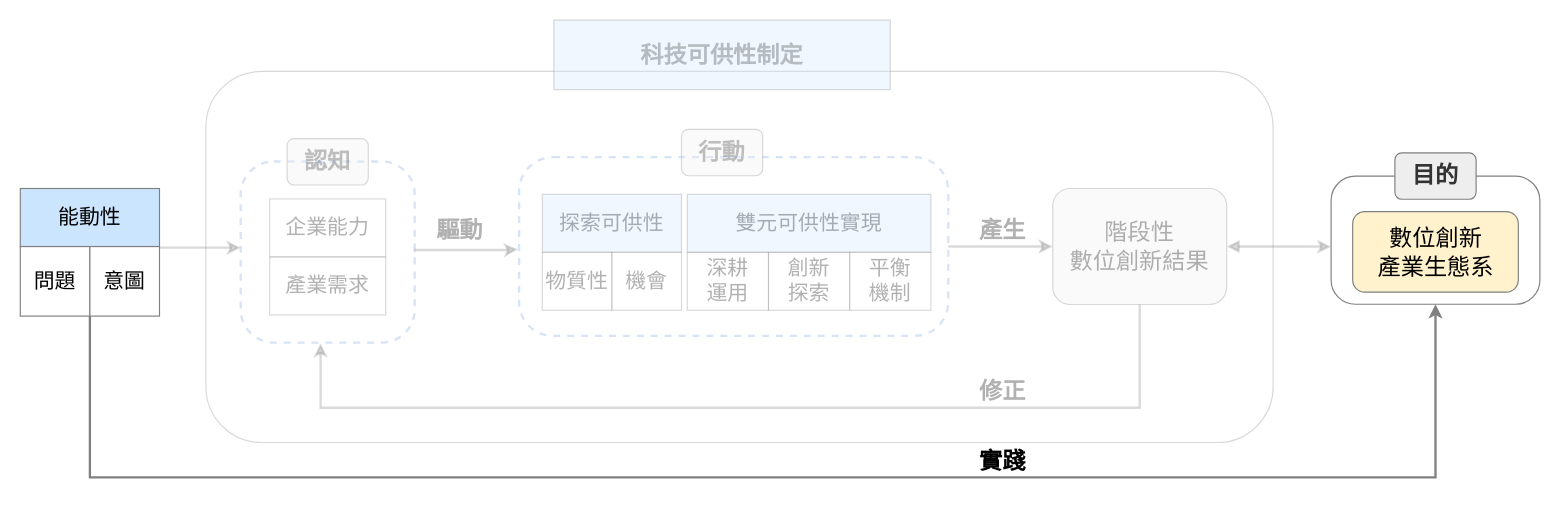
The draw.io diagram 論文ver1/圖片/簡報研究架構圖片/frontier enactment theroy_v10能動性.drawio in carina419/NTUST, before the edit. Source tidied: cells renumbered, new cells numbered last; positions are measured from the earlier drawing's top-left corner, leaving out a move shared by most shapes. Both pictures are drawn from the tidied source at 116%, with x=0, y=0 at pixel (20, 20).
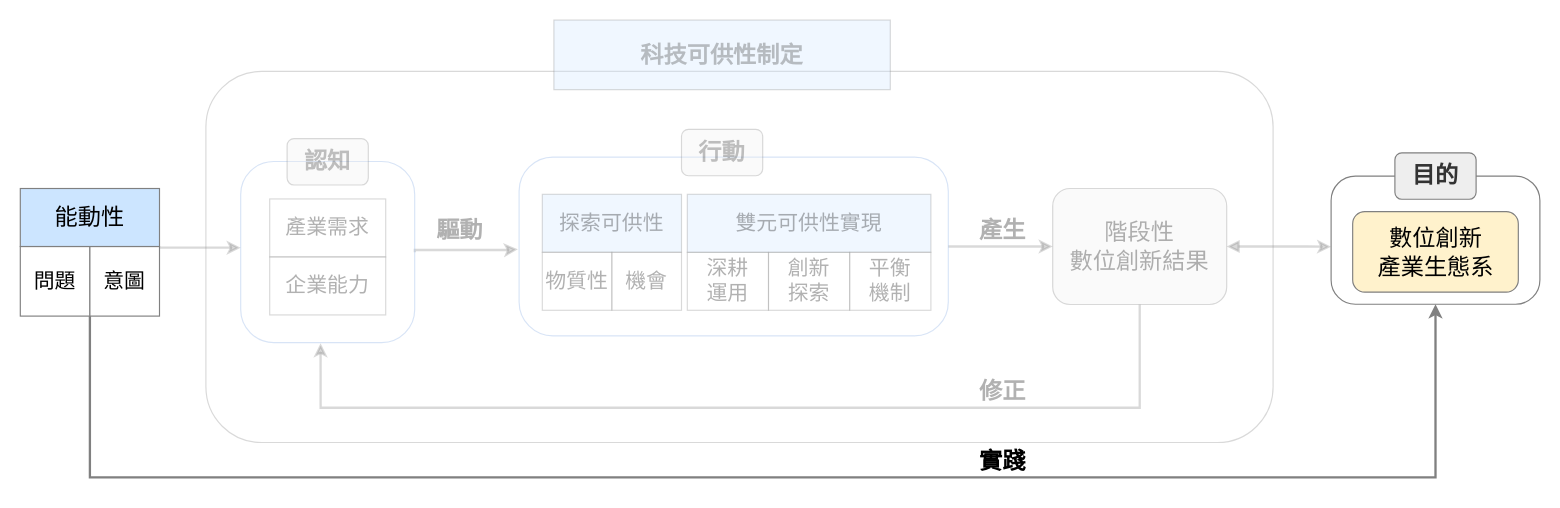
Above is the later version.

The change refers to these unchanged cells:
```xml
<mxCell id="18" style="group;opacity=30;" parent="1" vertex="1">
  <mxGeometry y="145" width="120" height="110" as="geometry" />
</mxCell>
<mxCell id="22" style="group;opacity=30;textOpacity=30;" parent="1" vertex="1">
  <mxGeometry x="190" y="102" width="150" height="175.8" as="geometry" />
</mxCell>
<mxCell id="25" style="group;opacity=30;textOpacity=30;" parent="22" vertex="1">
  <mxGeometry x="25" y="52" width="100" height="100" as="geometry" />
</mxCell>
```

What changed in the source:
```diff
@@
-    <mxCell id="21" value="能動性" style="rounded=0;whiteSpace=wrap;html=1;fontFamily=標楷體;fontSize=18;fontStyle=0;fillColor=#cce5ff;strokeColor=#808080;align=center;verticalAlign=middle;fontColor=default;" parent="18" vertex="1">
+    <mxCell id="21" value="&lt;font style=&quot;font-size: 20px;&quot;&gt;能動性&lt;/font&gt;" style="rounded=0;whiteSpace=wrap;html=1;fontFamily=標楷體;fontSize=18;fontStyle=0;fillColor=#cce5ff;strokeColor=#808080;align=center;verticalAlign=middle;fontColor=default;" parent="18" vertex="1">
       <mxGeometry width="120" height="50" as="geometry" />
     </mxCell>
@@
-    <mxCell id="23" style="rounded=1;whiteSpace=wrap;html=1;strokeWidth=2;dashed=1;fontFamily=標楷體;fontSize=18;fontStyle=0;strokeColor=#7EA6E0;align=center;verticalAlign=middle;arcSize=19;fontColor=default;fillColor=default;opacity=30;textOpacity=30;" parent="22" vertex="1">
+    <mxCell id="23" style="rounded=1;whiteSpace=wrap;html=1;strokeWidth=1;fontFamily=標楷體;fontSize=18;fontStyle=0;strokeColor=#7EA6E0;align=center;verticalAlign=middle;arcSize=19;fontColor=default;fillColor=default;opacity=30;textOpacity=30;" parent="22" vertex="1">
       <mxGeometry y="19.7" width="150" height="156.1" as="geometry" />
     </mxCell>
@@
-    <mxCell id="26" value="企業能力" style="rounded=0;whiteSpace=wrap;html=1;fontFamily=標楷體;fontSize=18;fontStyle=0;fillColor=default;strokeColor=#808080;align=center;verticalAlign=middle;fontColor=default;opacity=30;textOpacity=30;" parent="25" vertex="1">
+    <mxCell id="26" value="產業需求" style="rounded=0;whiteSpace=wrap;html=1;fontFamily=標楷體;fontSize=18;fontStyle=0;fillColor=default;strokeColor=#808080;align=center;verticalAlign=middle;fontColor=default;opacity=30;textOpacity=30;" parent="25" vertex="1">
       <mxGeometry width="100" height="50" as="geometry" />
     </mxCell>
-    <mxCell id="27" value="產業需求" style="rounded=0;whiteSpace=wrap;html=1;fontFamily=標楷體;fontSize=18;fontStyle=0;strokeColor=#808080;align=center;verticalAlign=middle;fontColor=default;fillColor=default;opacity=30;textOpacity=30;" parent="25" vertex="1">
+    <mxCell id="27" value="企業能力" style="rounded=0;whiteSpace=wrap;html=1;fontFamily=標楷體;fontSize=18;fontStyle=0;strokeColor=#808080;align=center;verticalAlign=middle;fontColor=default;fillColor=default;opacity=30;textOpacity=30;" parent="25" vertex="1">
       <mxGeometry y="50" width="100" height="50" as="geometry" />
     </mxCell>
@@
-    <mxCell id="29" style="rounded=1;whiteSpace=wrap;html=1;strokeWidth=2;dashed=1;fontFamily=標楷體;fontSize=18;fontStyle=0;arcSize=19;strokeColor=#7EA6E0;opacity=30;textOpacity=30;" parent="1" vertex="1">
+    <mxCell id="29" style="rounded=1;whiteSpace=wrap;html=1;strokeWidth=1;fontFamily=標楷體;fontSize=18;fontStyle=0;arcSize=19;strokeColor=#7EA6E0;opacity=30;textOpacity=30;" parent="1" vertex="1">
       <mxGeometry x="430" y="118" width="370" height="154" as="geometry" />
     </mxCell>
```
